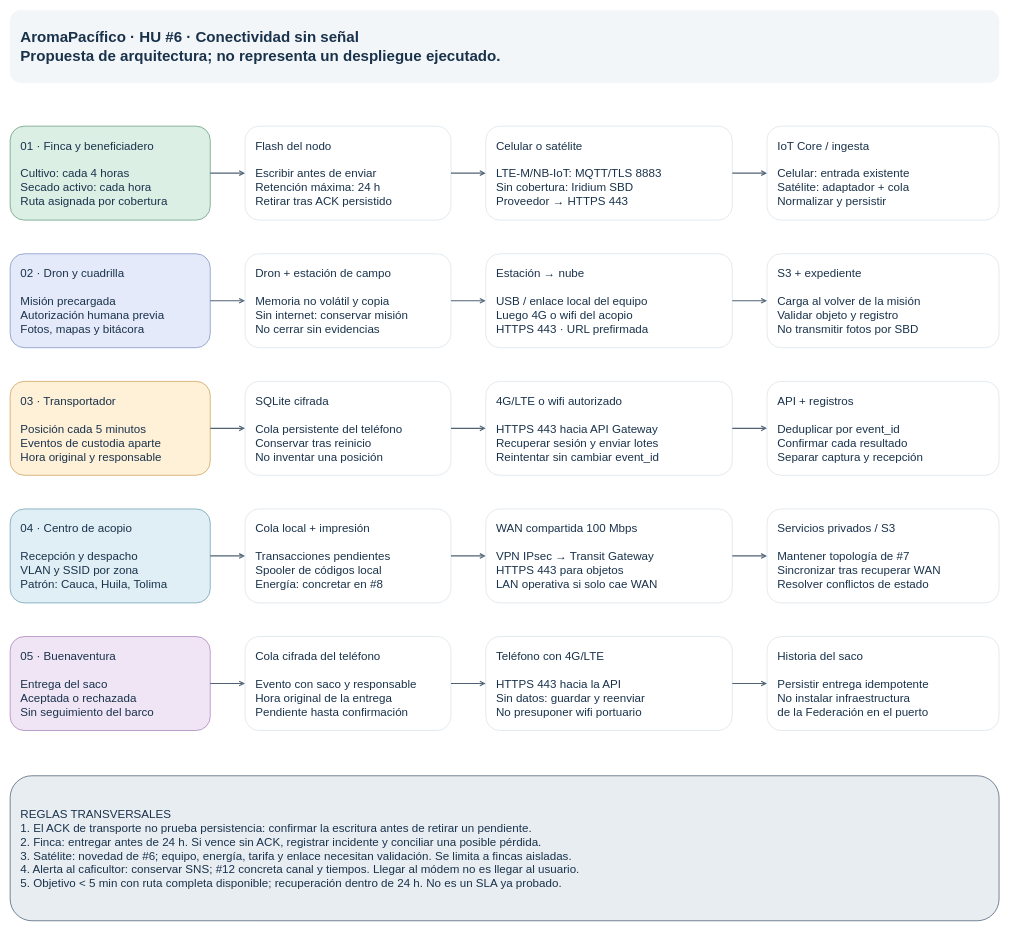
This is docs/architecture/diagrams/conectividad-sin-senal.drawio from aromapacifico-platform/planning, a draw.io file, before an edit. Source tidied: cells renumbered, new cells numbered last; positions are measured from the earlier drawing's top-left corner, leaving out a move shared by most shapes. Both pictures are drawn from the tidied source at 58%, with x=0, y=0 at pixel (10, 10).
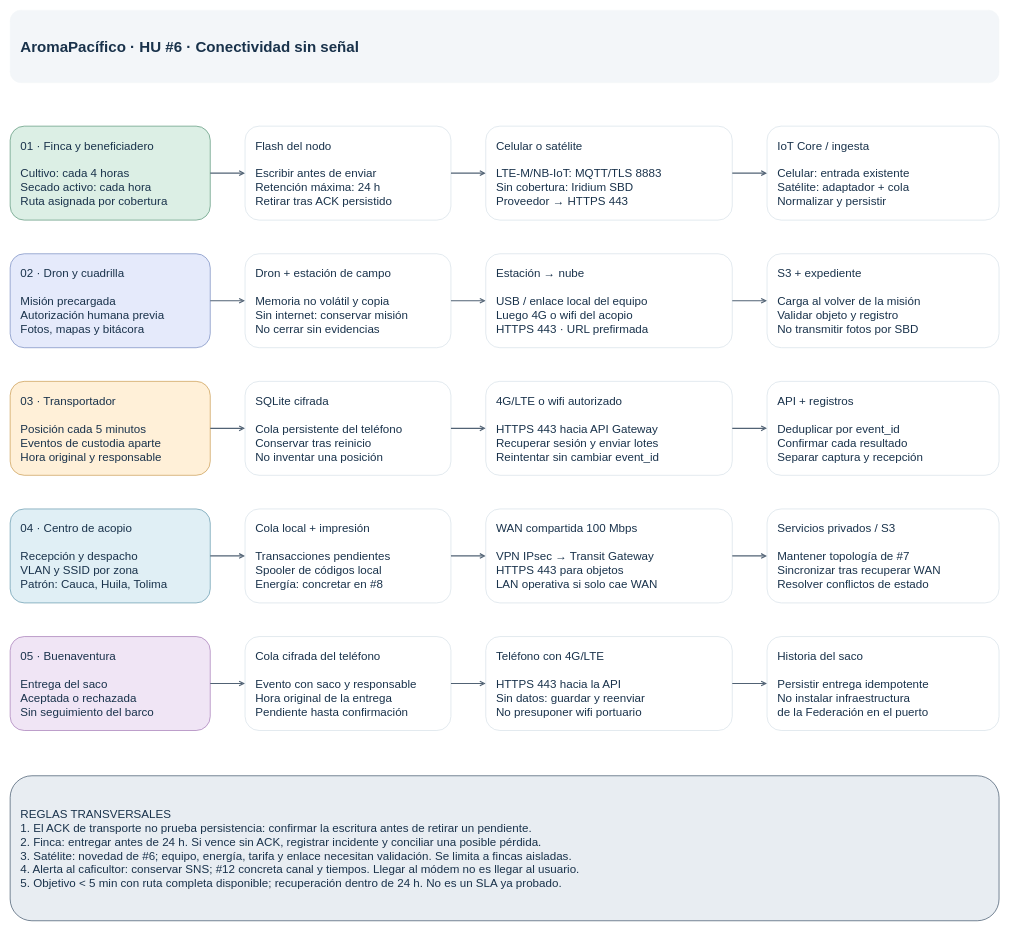
Above is the later version.

Commit message:
docs(connectivity): fix offline connectivity diagram

Change to the diagram source:
```diff
@@
-    <mxCell id="2" value="AromaPacífico · HU #6 · Conectividad sin señal&#10;Propuesta de arquitectura; no representa un despliegue ejecutado." style="rounded=1;whiteSpace=wrap;html=0;fillColor=#f3f6f9;strokeColor=#f3f6f9;fontColor=#19324b;fontSize=26;fontStyle=1;align=left;verticalAlign=middle;spacing=18;" parent="1" vertex="1">
+    <mxCell id="2" value="AromaPacífico · HU #6 · Conectividad sin señal" style="rounded=1;whiteSpace=wrap;html=0;fillColor=#f3f6f9;strokeColor=#f3f6f9;fontColor=#19324b;fontSize=26;fontStyle=1;align=left;verticalAlign=middle;spacing=18;" parent="1" vertex="1">
       <mxGeometry width="1705" height="125" as="geometry" />
     </mxCell>
```
